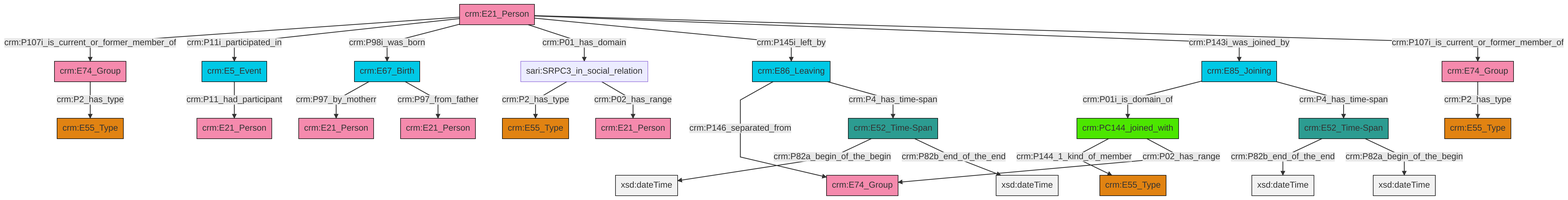
Earlier version of the Mermaid export et/personCSV/ttl/mmd/png/Person_Actor_Relations.png (swiss-art-research-net/reference-data-models). Its source is kept beside it as et/personCSV/ttl/mmd/Person_Actor_Relations.ttl.mmd.
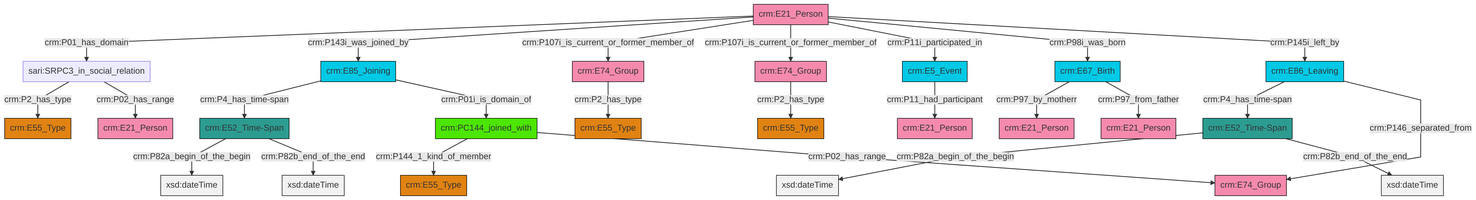
After the change.

The edit, as a diff of the source:
```diff
@@ -13,27 +13,27 @@
 classDef PC_Classes fill:#4ce600, stroke:#000000;
 classDef Multi fill:#cccccc,stroke:#000000;
 
-0["crm:E67_Birth"]:::Temporal_Entity -->|crm:P97_by_motherr| 1["crm:E21_Person"]:::Actor
-4["crm:E74_Group"]:::Actor -->|crm:P2_has_type| 2["crm:E55_Type"]:::Type
-5["crm:E52_Time-Span"]:::Time-Span -->|crm:P82a_begin_of_the_begin| 6[xsd:dateTime]:::Literal
-10["crm:E21_Person"]:::Actor -->|crm:P107i_is_current_or_former_member_of| 11["crm:E74_Group"]:::Actor
-13["crm:E85_Joining"]:::Temporal_Entity -->|crm:P01i_is_domain_of| 14["crm:PC144_joined_with"]:::PC_Classes
-10["crm:E21_Person"]:::Actor -->|crm:P11i_participated_in| 15["crm:E5_Event"]:::Temporal_Entity
-17["sari:SRPC3_in_social_relation"]:::Default -->|crm:P2_has_type| 18["crm:E55_Type"]:::Type
-14["crm:PC144_joined_with"]:::PC_Classes -->|crm:P144_1_kind_of_member| 19["crm:E55_Type"]:::Type
-10["crm:E21_Person"]:::Actor -->|crm:P98i_was_born| 0["crm:E67_Birth"]:::Temporal_Entity
-14["crm:PC144_joined_with"]:::PC_Classes -->|crm:P02_has_range| 8["crm:E74_Group"]:::Actor
-22["crm:E52_Time-Span"]:::Time-Span -->|crm:P82b_end_of_the_end| 23[xsd:dateTime]:::Literal
-17["sari:SRPC3_in_social_relation"]:::Default -->|crm:P02_has_range| 27["crm:E21_Person"]:::Actor
-15["crm:E5_Event"]:::Temporal_Entity -->|crm:P11_had_participant| 28["crm:E21_Person"]:::Actor
-10["crm:E21_Person"]:::Actor -->|crm:P01_has_domain| 17["sari:SRPC3_in_social_relation"]:::Default
-31["crm:E86_Leaving"]:::Temporal_Entity -->|crm:P146_separated_from| 8["crm:E74_Group"]:::Actor
-10["crm:E21_Person"]:::Actor -->|crm:P145i_left_by| 31["crm:E86_Leaving"]:::Temporal_Entity
-5["crm:E52_Time-Span"]:::Time-Span -->|crm:P82b_end_of_the_end| 37[xsd:dateTime]:::Literal
-10["crm:E21_Person"]:::Actor -->|crm:P143i_was_joined_by| 13["crm:E85_Joining"]:::Temporal_Entity
-11["crm:E74_Group"]:::Actor -->|crm:P2_has_type| 24["crm:E55_Type"]:::Type
-10["crm:E21_Person"]:::Actor -->|crm:P107i_is_current_or_former_member_of| 4["crm:E74_Group"]:::Actor
-13["crm:E85_Joining"]:::Temporal_Entity -->|crm:P4_has_time-span| 22["crm:E52_Time-Span"]:::Time-Span
-31["crm:E86_Leaving"]:::Temporal_Entity -->|crm:P4_has_time-span| 5["crm:E52_Time-Span"]:::Time-Span
-0["crm:E67_Birth"]:::Temporal_Entity -->|crm:P97_from_father| 43["crm:E21_Person"]:::Actor
-22["crm:E52_Time-Span"]:::Time-Span -->|crm:P82a_begin_of_the_begin| 45[xsd:dateTime]:::Literal
+4["crm:E85_Joining"]:::Temporal_Entity -->|crm:P4_has_time-span| 5["crm:E52_Time-Span"]:::Time-Span
+0["crm:E52_Time-Span"]:::Time-Span -->|crm:P82a_begin_of_the_begin| 6[xsd:dateTime]:::Literal
+9["crm:E21_Person"]:::Actor -->|crm:P01_has_domain| 10["sari:SRPC3_in_social_relation"]:::Default
+9["crm:E21_Person"]:::Actor -->|crm:P143i_was_joined_by| 4["crm:E85_Joining"]:::Temporal_Entity
+14["crm:PC144_joined_with"]:::PC_Classes -->|crm:P144_1_kind_of_member| 16["crm:E55_Type"]:::Type
+18["crm:E5_Event"]:::Temporal_Entity -->|crm:P11_had_participant| 19["crm:E21_Person"]:::Actor
+0["crm:E52_Time-Span"]:::Time-Span -->|crm:P82b_end_of_the_end| 20[xsd:dateTime]:::Literal
+4["crm:E85_Joining"]:::Temporal_Entity -->|crm:P01i_is_domain_of| 14["crm:PC144_joined_with"]:::PC_Classes
+5["crm:E52_Time-Span"]:::Time-Span -->|crm:P82a_begin_of_the_begin| 21[xsd:dateTime]:::Literal
+10["sari:SRPC3_in_social_relation"]:::Default -->|crm:P2_has_type| 2["crm:E55_Type"]:::Type
+9["crm:E21_Person"]:::Actor -->|crm:P107i_is_current_or_former_member_of| 22["crm:E74_Group"]:::Actor
+9["crm:E21_Person"]:::Actor -->|crm:P107i_is_current_or_former_member_of| 7["crm:E74_Group"]:::Actor
+7["crm:E74_Group"]:::Actor -->|crm:P2_has_type| 27["crm:E55_Type"]:::Type
+10["sari:SRPC3_in_social_relation"]:::Default -->|crm:P02_has_range| 30["crm:E21_Person"]:::Actor
+14["crm:PC144_joined_with"]:::PC_Classes -->|crm:P02_has_range| 25["crm:E74_Group"]:::Actor
+5["crm:E52_Time-Span"]:::Time-Span -->|crm:P82b_end_of_the_end| 31[xsd:dateTime]:::Literal
+9["crm:E21_Person"]:::Actor -->|crm:P11i_participated_in| 18["crm:E5_Event"]:::Temporal_Entity
+23["crm:E67_Birth"]:::Temporal_Entity -->|crm:P97_by_motherr| 28["crm:E21_Person"]:::Actor
+22["crm:E74_Group"]:::Actor -->|crm:P2_has_type| 32["crm:E55_Type"]:::Type
+36["crm:E86_Leaving"]:::Temporal_Entity -->|crm:P4_has_time-span| 0["crm:E52_Time-Span"]:::Time-Span
+9["crm:E21_Person"]:::Actor -->|crm:P98i_was_born| 23["crm:E67_Birth"]:::Temporal_Entity
+9["crm:E21_Person"]:::Actor -->|crm:P145i_left_by| 36["crm:E86_Leaving"]:::Temporal_Entity
+23["crm:E67_Birth"]:::Temporal_Entity -->|crm:P97_from_father| 12["crm:E21_Person"]:::Actor
+36["crm:E86_Leaving"]:::Temporal_Entity -->|crm:P146_separated_from| 25["crm:E74_Group"]:::Actor
```
